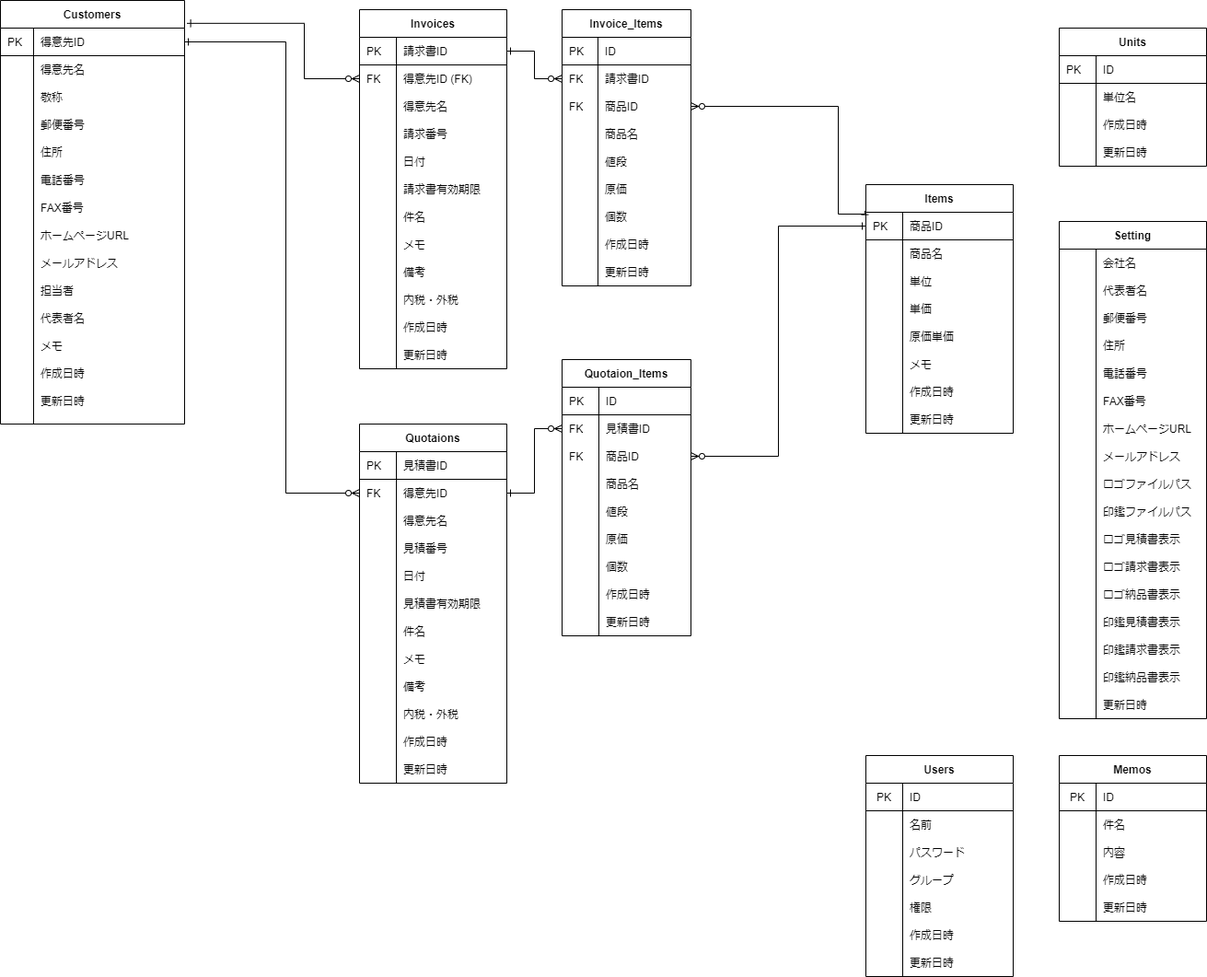
This is soho_er.png from gamasenninn/caddie-clone, a draw.io export, as it was before one commit. Source tidied: cells renumbered, new cells last; positions are measured from the earlier drawing's top-left corner, leaving out a move shared by most shapes.
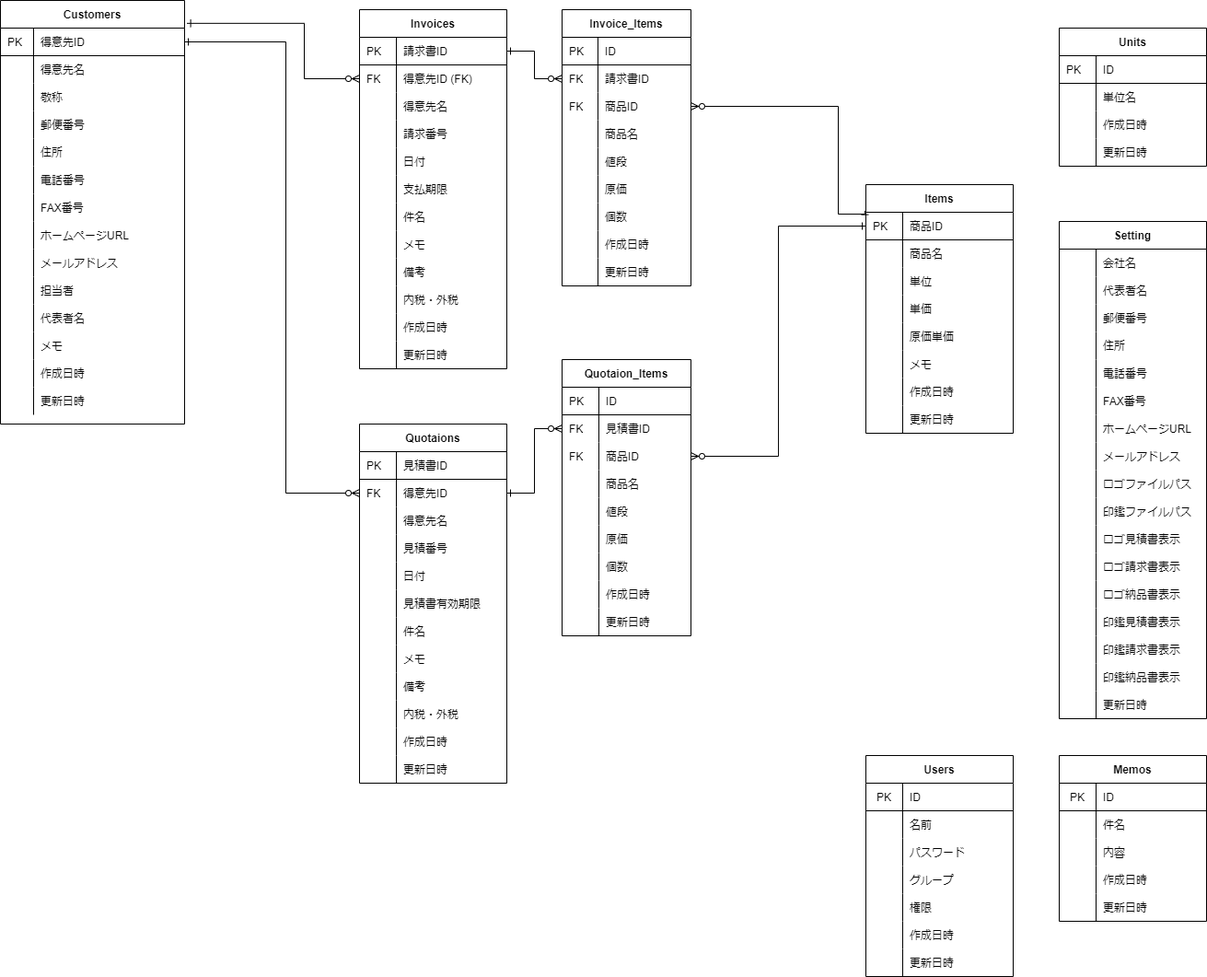
The same diagram one commit later.

The edit, as a diff of the source:
```diff
@@ -260,7 +260,7 @@
     <mxCell id="87" style="shape=partialRectangle;html=1;whiteSpace=wrap;fillColor=none;top=0;left=0;bottom=0;right=0;align=left;spacingLeft=6;overflow=hidden;" parent="86" vertex="1">
       <mxGeometry width="40" height="30" as="geometry" />
     </mxCell>
-    <mxCell id="88" value="請求書有効期限" style="shape=partialRectangle;html=1;whiteSpace=wrap;fillColor=none;top=0;left=0;bottom=0;right=0;align=left;spacingLeft=6;overflow=hidden;" parent="86" vertex="1">
+    <mxCell id="88" value="支払期限" style="shape=partialRectangle;html=1;whiteSpace=wrap;fillColor=none;top=0;left=0;bottom=0;right=0;align=left;spacingLeft=6;overflow=hidden;" parent="86" vertex="1">
       <mxGeometry x="40" width="120" height="30" as="geometry" />
     </mxCell>
     <mxCell id="89" style="shape=partialRectangle;html=1;whiteSpace=wrap;fillColor=none;top=0;left=0;bottom=0;right=0;" parent="70" vertex="1">
```
